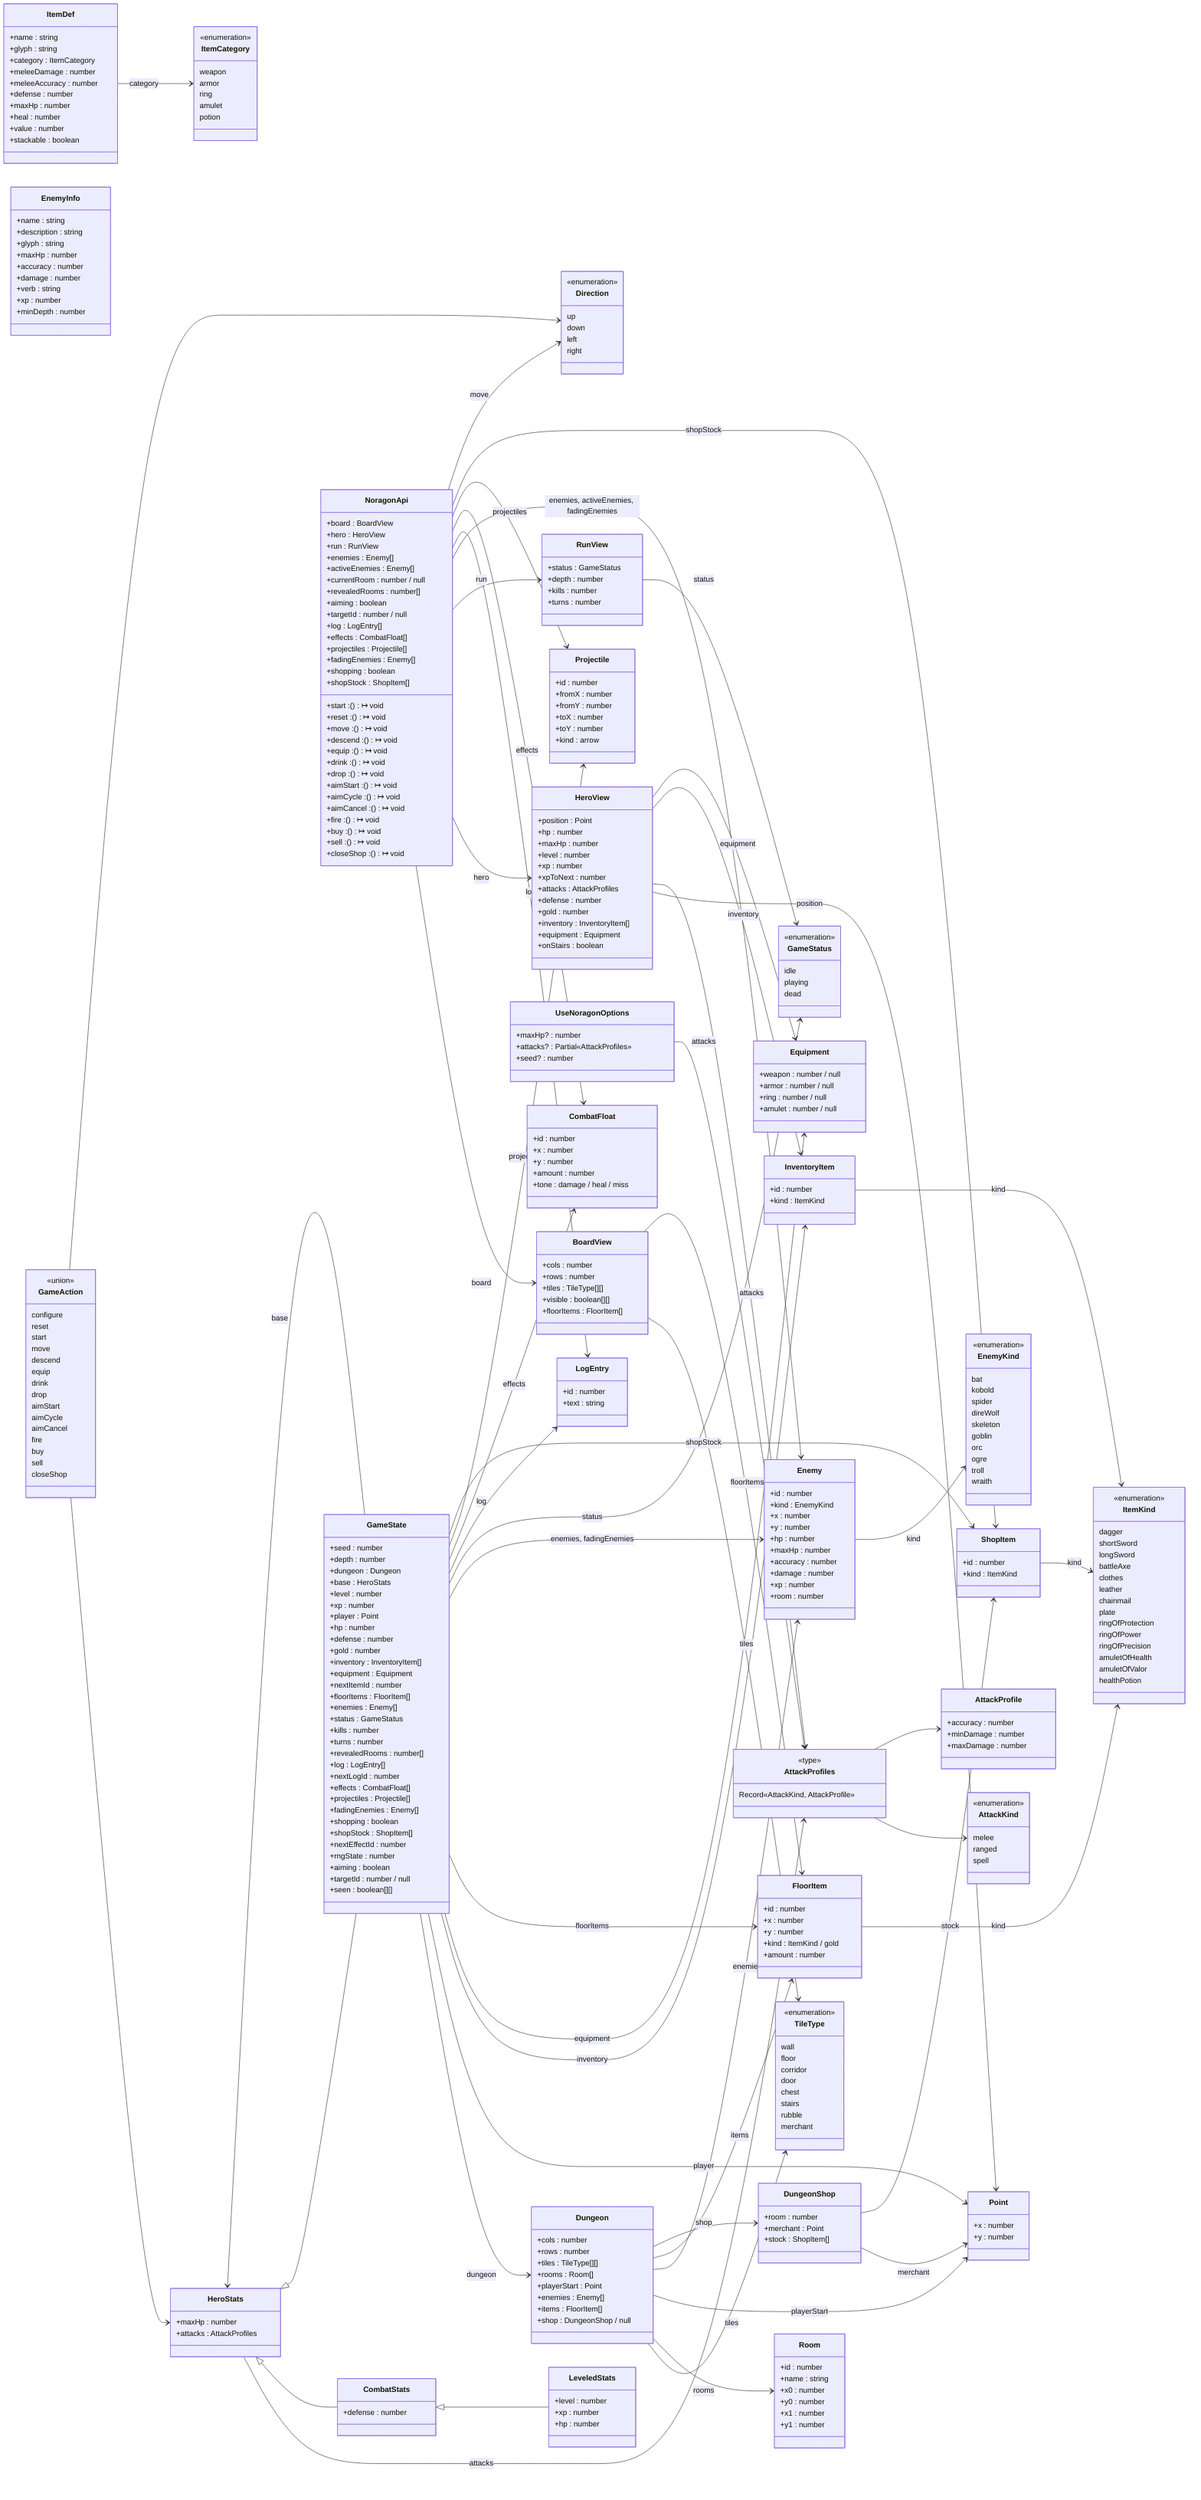
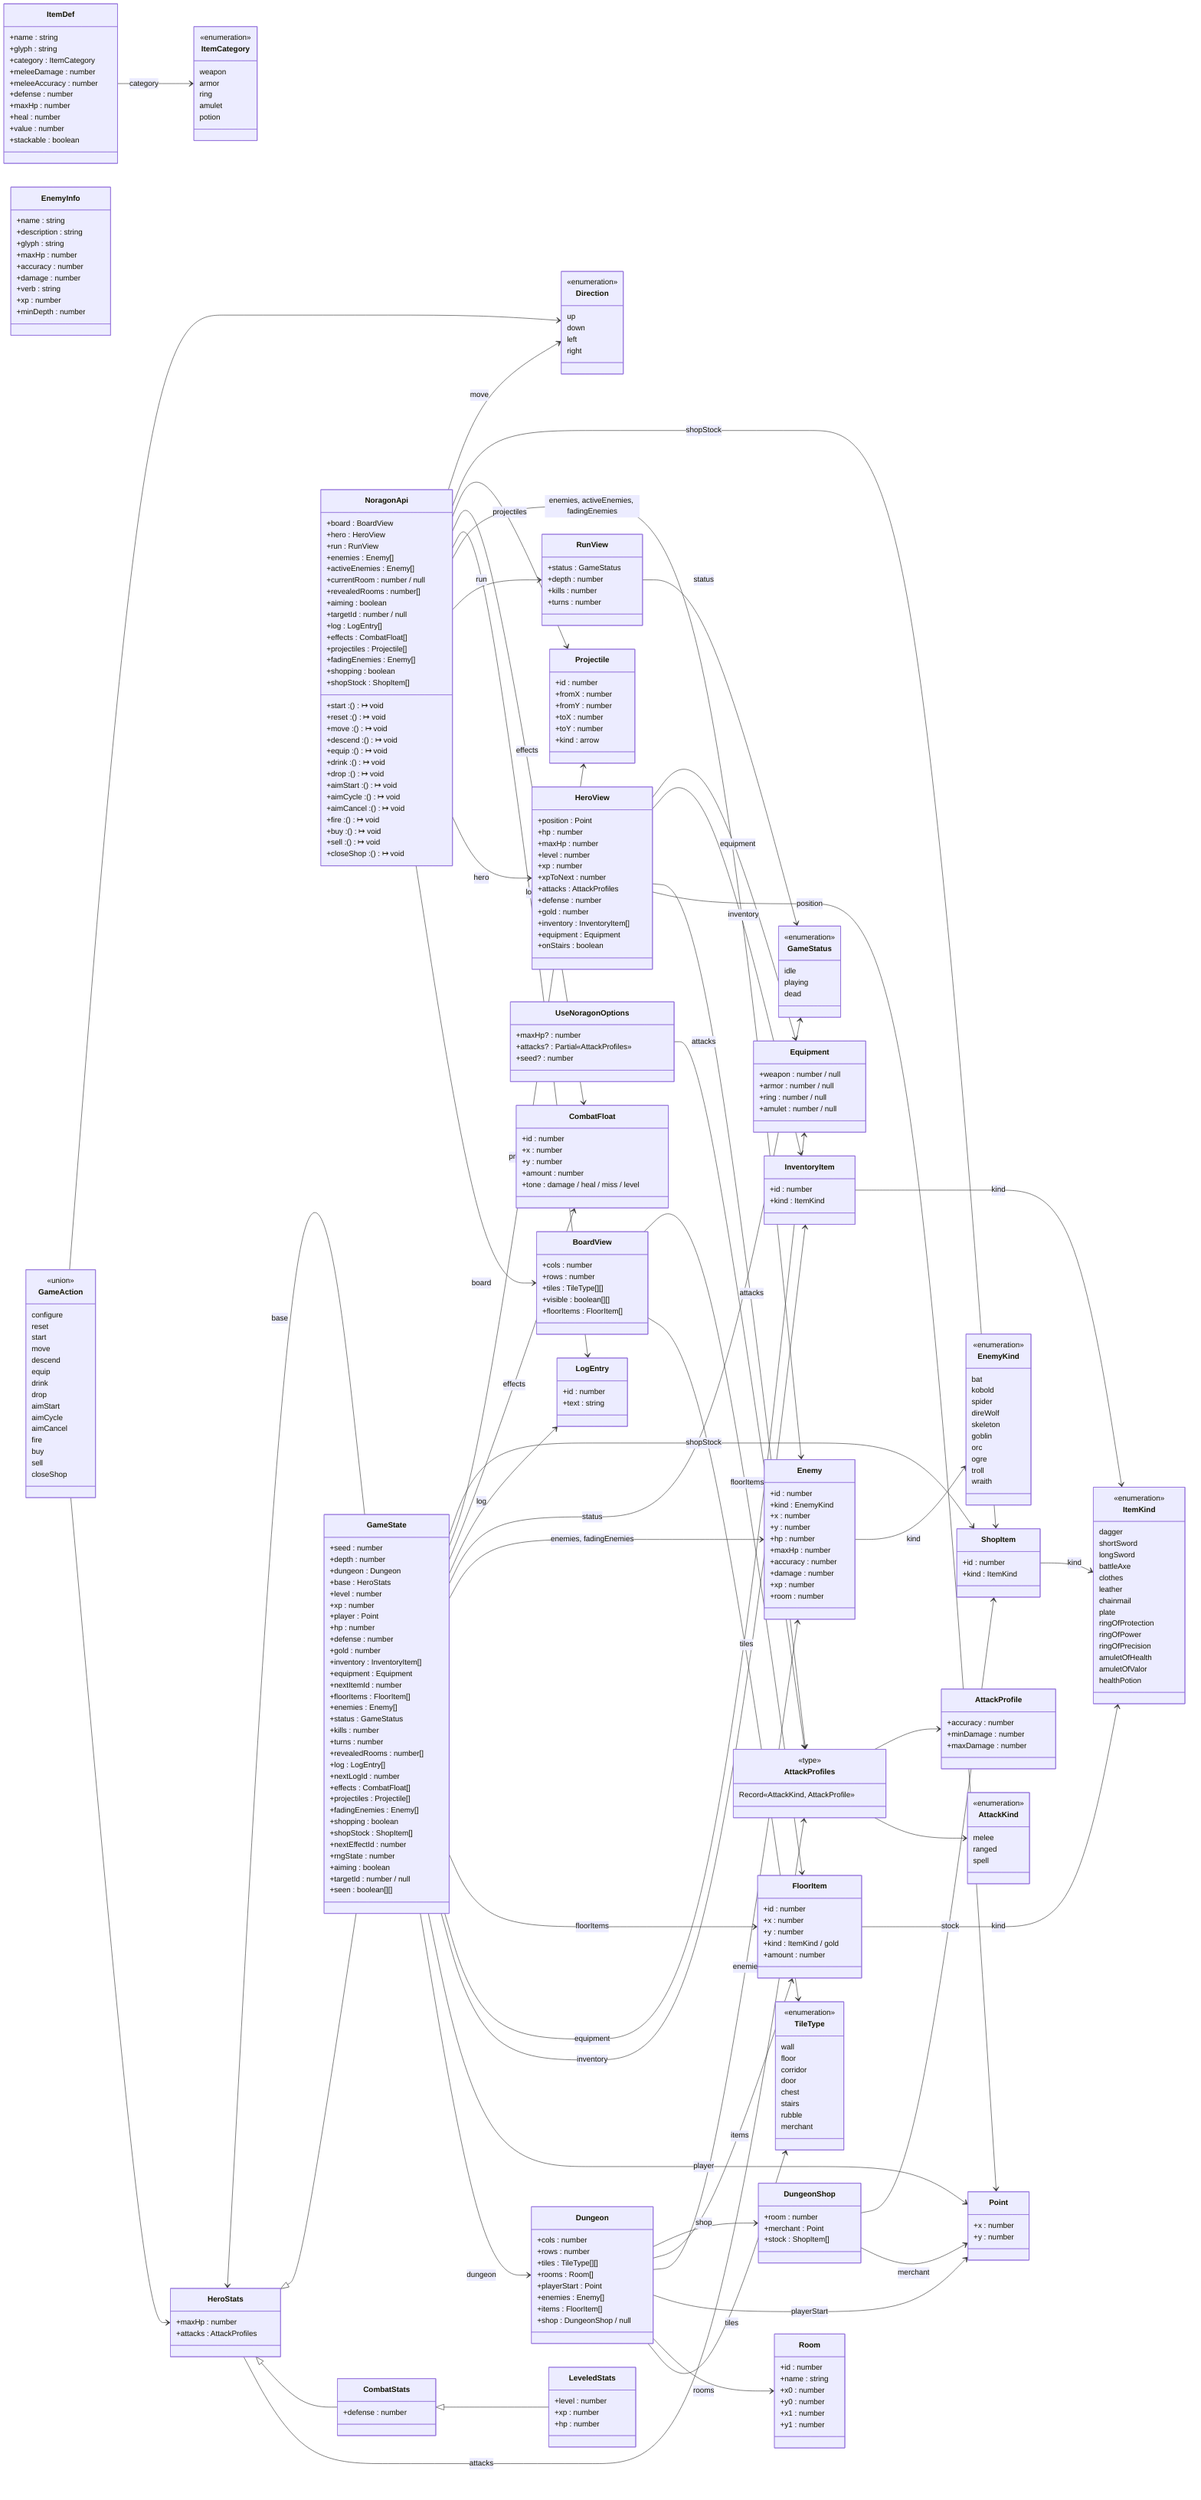
classDiagram
  direction LR
  class Point {
    +x : number
    +y : number
  }
  class Direction {
    <<enumeration>>
    up
    down
    left
    right
  }
  class TileType {
    <<enumeration>>
    wall
    floor
    corridor
    door
    chest
    stairs
    rubble
    merchant
  }
  class Room {
    +id : number
    +name : string
    +x0 : number
    +y0 : number
    +x1 : number
    +y1 : number
  }
  class LogEntry {
    +id : number
    +text : string
  }
  class CombatFloat {
    +id : number
    +x : number
    +y : number
    +amount : number
-     +tone : damage / heal / miss
+     +tone : damage / heal / miss / level
  }
  class Projectile {
    +id : number
    +fromX : number
    +fromY : number
    +toX : number
    +toY : number
    +kind : arrow
  }
  class InventoryItem {
    +id : number
    +kind : ItemKind
  }
  class FloorItem {
    +id : number
    +x : number
    +y : number
    +kind : ItemKind / gold
    +amount : number
  }
  class Equipment {
    +weapon : number / null
    +armor : number / null
    +ring : number / null
    +amulet : number / null
  }
  class AttackKind {
    <<enumeration>>
    melee
    ranged
    spell
  }
  class AttackProfile {
    +accuracy : number
    +minDamage : number
    +maxDamage : number
  }
  class AttackProfiles {
    <<type>>
    Record«AttackKind, AttackProfile»
  }
  class Enemy {
    +id : number
    +kind : EnemyKind
    +x : number
    +y : number
    +hp : number
    +maxHp : number
    +accuracy : number
    +damage : number
    +xp : number
    +room : number
  }
  class GameStatus {
    <<enumeration>>
    idle
    playing
    dead
  }
  class HeroStats {
    +maxHp : number
    +attacks : AttackProfiles
  }
  class CombatStats {
    +defense : number
  }
  class LeveledStats {
    +level : number
    +xp : number
    +hp : number
  }
  class Dungeon {
    +cols : number
    +rows : number
    +tiles : TileType[][]
    +rooms : Room[]
    +playerStart : Point
    +enemies : Enemy[]
    +items : FloorItem[]
    +shop : DungeonShop / null
  }
  class ShopItem {
    +id : number
    +kind : ItemKind
  }
  class DungeonShop {
    +room : number
    +merchant : Point
    +stock : ShopItem[]
  }
  class UseNoragonOptions {
    +maxHp? : number
    +attacks? : Partial«AttackProfiles»
    +seed? : number
  }
  class BoardView {
    +cols : number
    +rows : number
    +tiles : TileType[][]
    +visible : boolean[][]
    +floorItems : FloorItem[]
  }
  class HeroView {
    +position : Point
    +hp : number
    +maxHp : number
    +level : number
    +xp : number
    +xpToNext : number
    +attacks : AttackProfiles
    +defense : number
    +gold : number
    +inventory : InventoryItem[]
    +equipment : Equipment
    +onStairs : boolean
  }
  class RunView {
    +status : GameStatus
    +depth : number
    +kills : number
    +turns : number
  }
  class NoragonApi {
    +board : BoardView
    +hero : HeroView
    +run : RunView
    +enemies : Enemy[]
    +activeEnemies : Enemy[]
    +currentRoom : number / null
    +revealedRooms : number[]
    +aiming : boolean
    +targetId : number / null
    +log : LogEntry[]
    +effects : CombatFloat[]
    +projectiles : Projectile[]
    +fadingEnemies : Enemy[]
    +shopping : boolean
    +shopStock : ShopItem[]
    +start : () ↦ void
    +reset : () ↦ void
    +move : () ↦ void
    +descend : () ↦ void
    +equip : () ↦ void
    +drink : () ↦ void
    +drop : () ↦ void
    +aimStart : () ↦ void
    +aimCycle : () ↦ void
    +aimCancel : () ↦ void
    +fire : () ↦ void
    +buy : () ↦ void
    +sell : () ↦ void
    +closeShop : () ↦ void
  }
  class GameState {
    +seed : number
    +depth : number
    +dungeon : Dungeon
    +base : HeroStats
    +level : number
    +xp : number
    +player : Point
    +hp : number
    +defense : number
    +gold : number
    +inventory : InventoryItem[]
    +equipment : Equipment
    +nextItemId : number
    +floorItems : FloorItem[]
    +enemies : Enemy[]
    +status : GameStatus
    +kills : number
    +turns : number
    +revealedRooms : number[]
    +log : LogEntry[]
    +nextLogId : number
    +effects : CombatFloat[]
    +projectiles : Projectile[]
    +fadingEnemies : Enemy[]
    +shopping : boolean
    +shopStock : ShopItem[]
    +nextEffectId : number
    +rngState : number
    +aiming : boolean
    +targetId : number / null
    +seen : boolean[][]
  }
  class GameAction {
    <<union>>
    configure
    reset
    start
    move
    descend
    equip
    drink
    drop
    aimStart
    aimCycle
    aimCancel
    fire
    buy
    sell
    closeShop
  }
  class EnemyKind {
    <<enumeration>>
    bat
    kobold
    spider
    direWolf
    skeleton
    goblin
    orc
    ogre
    troll
    wraith
  }
  class EnemyInfo {
    +name : string
    +description : string
    +glyph : string
    +maxHp : number
    +accuracy : number
    +damage : number
    +verb : string
    +xp : number
    +minDepth : number
  }
  class ItemCategory {
    <<enumeration>>
    weapon
    armor
    ring
    amulet
    potion
  }
  class ItemKind {
    <<enumeration>>
    dagger
    shortSword
    longSword
    battleAxe
    clothes
    leather
    chainmail
    plate
    ringOfProtection
    ringOfPower
    ringOfPrecision
    amuletOfHealth
    amuletOfValor
    healthPotion
  }
  class ItemDef {
    +name : string
    +glyph : string
    +category : ItemCategory
    +meleeDamage : number
    +meleeAccuracy : number
    +defense : number
    +maxHp : number
    +heal : number
    +value : number
    +stackable : boolean
  }
  InventoryItem --> ItemKind : kind
  FloorItem --> ItemKind : kind
  AttackProfiles --> AttackKind
  AttackProfiles --> AttackProfile
  Enemy --> EnemyKind : kind
  HeroStats --> AttackProfiles : attacks
  HeroStats <|-- CombatStats
  CombatStats <|-- LeveledStats
  Dungeon --> TileType : tiles
  Dungeon --> Room : rooms
  Dungeon --> Point : playerStart
  Dungeon --> Enemy : enemies
  Dungeon --> FloorItem : items
  Dungeon --> DungeonShop : shop
  ShopItem --> ItemKind : kind
  DungeonShop --> Point : merchant
  DungeonShop --> ShopItem : stock
  UseNoragonOptions --> AttackProfiles : attacks
  BoardView --> TileType : tiles
  BoardView --> FloorItem : floorItems
  HeroView --> Point : position
  HeroView --> AttackProfiles : attacks
  HeroView --> InventoryItem : inventory
  HeroView --> Equipment : equipment
  RunView --> GameStatus : status
  NoragonApi --> BoardView : board
  NoragonApi --> HeroView : hero
  NoragonApi --> RunView : run
  NoragonApi --> Enemy : enemies, activeEnemies, fadingEnemies
  NoragonApi --> LogEntry : log
  NoragonApi --> CombatFloat : effects
  NoragonApi --> Projectile : projectiles
  NoragonApi --> ShopItem : shopStock
  NoragonApi --> Direction : move
  HeroStats <|-- GameState
  GameState --> Dungeon : dungeon
  GameState --> HeroStats : base
  GameState --> Point : player
  GameState --> InventoryItem : inventory
  GameState --> Equipment : equipment
  GameState --> FloorItem : floorItems
  GameState --> Enemy : enemies, fadingEnemies
  GameState --> GameStatus : status
  GameState --> LogEntry : log
  GameState --> CombatFloat : effects
  GameState --> Projectile : projectiles
  GameState --> ShopItem : shopStock
  GameAction --> HeroStats
  GameAction --> Direction
  ItemDef --> ItemCategory : category
